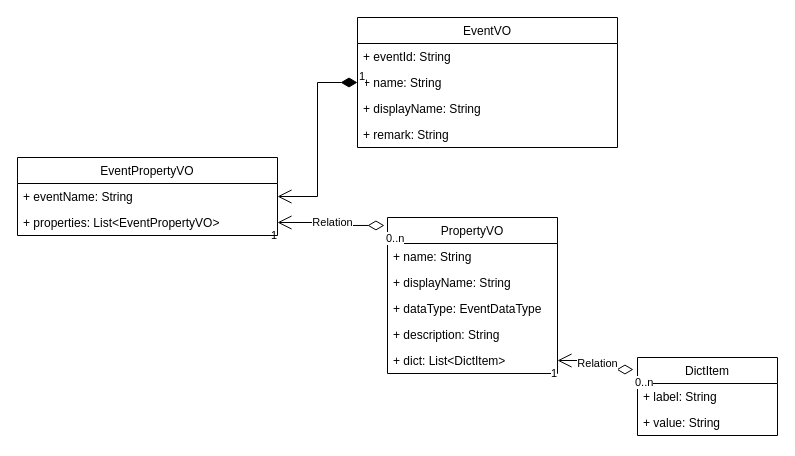
Before: 事件中心/规则类图.drawio in NeverMore93/draw, a draw.io diagram. Source tidied: cells renumbered, new cells numbered last; positions are measured from the earlier drawing's top-left corner, leaving out a move shared by most shapes. Both pictures are drawn from the tidied source at 100%, with x=0, y=0 at pixel (17, 17).
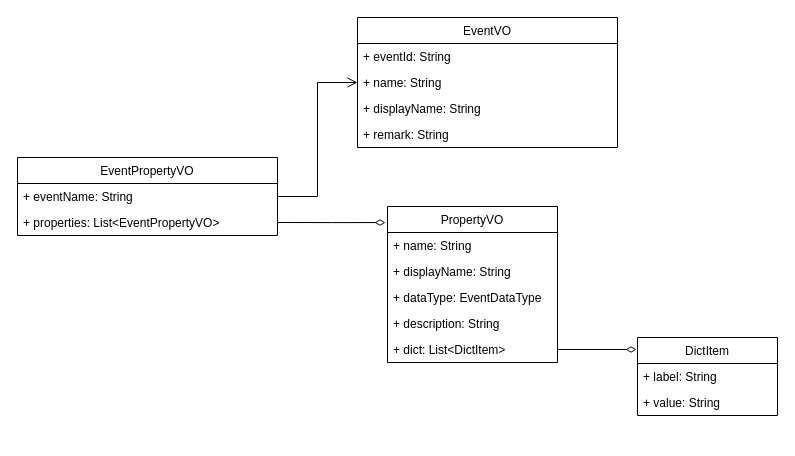
The same diagram, later.

Commit message:
更新规则类图.drawio

The change refers to these unchanged cells:
```xml
<mxCell id="4" value="+ name: String" style="text;strokeColor=none;fillColor=none;align=left;verticalAlign=top;spacingLeft=4;spacingRight=4;overflow=hidden;points=[[0,0.5],[1,0.5]];portConstraint=eastwest;" parent="2" vertex="1">
  <mxGeometry y="52" width="260" height="26" as="geometry" />
</mxCell>
<mxCell id="12" value="+ dict: List&lt;DictItem&gt;" style="text;strokeColor=none;fillColor=none;align=left;verticalAlign=top;spacingLeft=4;spacingRight=4;overflow=hidden;points=[[0,0.5],[1,0.5]];portConstraint=eastwest;" parent="7" vertex="1">
  <mxGeometry y="130" width="170" height="26" as="geometry" />
</mxCell>
<mxCell id="23" value="+ eventName: String" style="text;strokeColor=none;fillColor=none;align=left;verticalAlign=top;spacingLeft=4;spacingRight=4;overflow=hidden;points=[[0,0.5],[1,0.5]];portConstraint=eastwest;" parent="22" vertex="1">
  <mxGeometry y="26" width="260" height="26" as="geometry" />
</mxCell>
<mxCell id="24" value="+ properties: List&lt;EventPropertyVO&gt;" style="text;strokeColor=none;fillColor=none;align=left;verticalAlign=top;spacingLeft=4;spacingRight=4;overflow=hidden;points=[[0,0.5],[1,0.5]];portConstraint=eastwest;" parent="22" vertex="1">
  <mxGeometry y="52" width="260" height="26" as="geometry" />
</mxCell>
```

What changed in the source:
```diff
@@
     <mxCell id="7" value="PropertyVO" style="swimlane;fontStyle=0;horizontal=1;startSize=26;fillColor=none;" parent="1" vertex="1">
-      <mxGeometry x="370" y="200" width="170" height="156" as="geometry" />
+      <mxGeometry x="370" y="189" width="170" height="156" as="geometry" />
     </mxCell>
@@
-    <mxCell id="13" value="Relation" style="endArrow=open;html=1;endSize=12;startArrow=diamondThin;startSize=14;startFill=0;edgeStyle=orthogonalEdgeStyle;rounded=0;exitX=-0.018;exitY=0.051;exitDx=0;exitDy=0;exitPerimeter=0;" parent="1" edge="1" source="7" target="24">
-      <mxGeometry relative="1" as="geometry" />
-    </mxCell>
-    <mxCell id="14" value="0..n" style="edgeLabel;html=1;align=left;verticalAlign=top;" parent="13" vertex="1">
-      <mxGeometry x="-1" relative="1" as="geometry" />
-    </mxCell>
-    <mxCell id="15" value="1" style="edgeLabel;html=1;align=right;verticalAlign=top;" parent="13" vertex="1">
-      <mxGeometry x="1" relative="1" as="geometry" />
-    </mxCell>
     <mxCell id="16" value="DictItem" style="swimlane;fontStyle=0;horizontal=1;startSize=26;fillColor=none;" parent="1" vertex="1">
-      <mxGeometry x="620" y="340" width="140" height="78" as="geometry" />
+      <mxGeometry x="620" y="320" width="140" height="78" as="geometry" />
     </mxCell>
@@
-    <mxCell id="19" value="Relation" style="endArrow=open;html=1;endSize=12;startArrow=diamondThin;startSize=14;startFill=0;edgeStyle=orthogonalEdgeStyle;rounded=0;entryX=1;entryY=0.5;entryDx=0;entryDy=0;exitX=-0.029;exitY=0.154;exitDx=0;exitDy=0;exitPerimeter=0;" parent="1" edge="1" source="16" target="12">
-      <mxGeometry relative="1" as="geometry" />
-    </mxCell>
-    <mxCell id="20" value="0..n" style="edgeLabel;html=1;align=left;verticalAlign=top;" parent="19" vertex="1">
-      <mxGeometry x="-1" relative="1" as="geometry" />
-    </mxCell>
-    <mxCell id="21" value="1" style="edgeLabel;html=1;align=right;verticalAlign=top;" parent="19" vertex="1">
-      <mxGeometry x="1" relative="1" as="geometry" />
-    </mxCell>
@@
-    <mxCell id="25" value="1" style="endArrow=open;html=1;endSize=12;startArrow=diamondThin;startSize=14;startFill=1;edgeStyle=orthogonalEdgeStyle;align=left;verticalAlign=bottom;rounded=0;exitX=0;exitY=0.5;exitDx=0;exitDy=0;entryX=1;entryY=0.5;entryDx=0;entryDy=0;" parent="1" edge="1" source="4" target="23">
-      <mxGeometry x="-1" y="3" relative="1" as="geometry" />
-    </mxCell>
+    <mxCell id="26" style="endArrow=open;startArrow=none;endFill=0;startFill=0;endSize=8;html=1;verticalAlign=bottom;labelBackgroundColor=none;strokeWidth=1;rounded=0;entryX=0;entryY=0.5;entryDx=0;entryDy=0;exitX=1;exitY=0.5;exitDx=0;exitDy=0;edgeStyle=orthogonalEdgeStyle;" parent="1" edge="1" source="23" target="4">
+      <mxGeometry relative="1" as="geometry" />
+    </mxCell>
+    <mxCell id="13" style="endArrow=none;startArrow=diamondThin;endFill=0;startFill=0;html=1;verticalAlign=bottom;labelBackgroundColor=none;strokeWidth=1;startSize=8;endSize=8;rounded=0;entryX=1;entryY=0.5;entryDx=0;entryDy=0;exitX=-0.012;exitY=0.103;exitDx=0;exitDy=0;exitPerimeter=0;edgeStyle=orthogonalEdgeStyle;" parent="1" edge="1" source="7" target="24">
+      <mxGeometry relative="1" as="geometry" />
+    </mxCell>
+    <mxCell id="19" style="endArrow=none;startArrow=diamondThin;endFill=0;startFill=0;html=1;verticalAlign=bottom;labelBackgroundColor=none;strokeWidth=1;startSize=8;endSize=8;rounded=0;exitX=-0.007;exitY=0.154;exitDx=0;exitDy=0;exitPerimeter=0;entryX=1;entryY=0.5;entryDx=0;entryDy=0;edgeStyle=orthogonalEdgeStyle;" parent="1" edge="1" source="16" target="12">
+      <mxGeometry relative="1" as="geometry" />
+    </mxCell>
```
